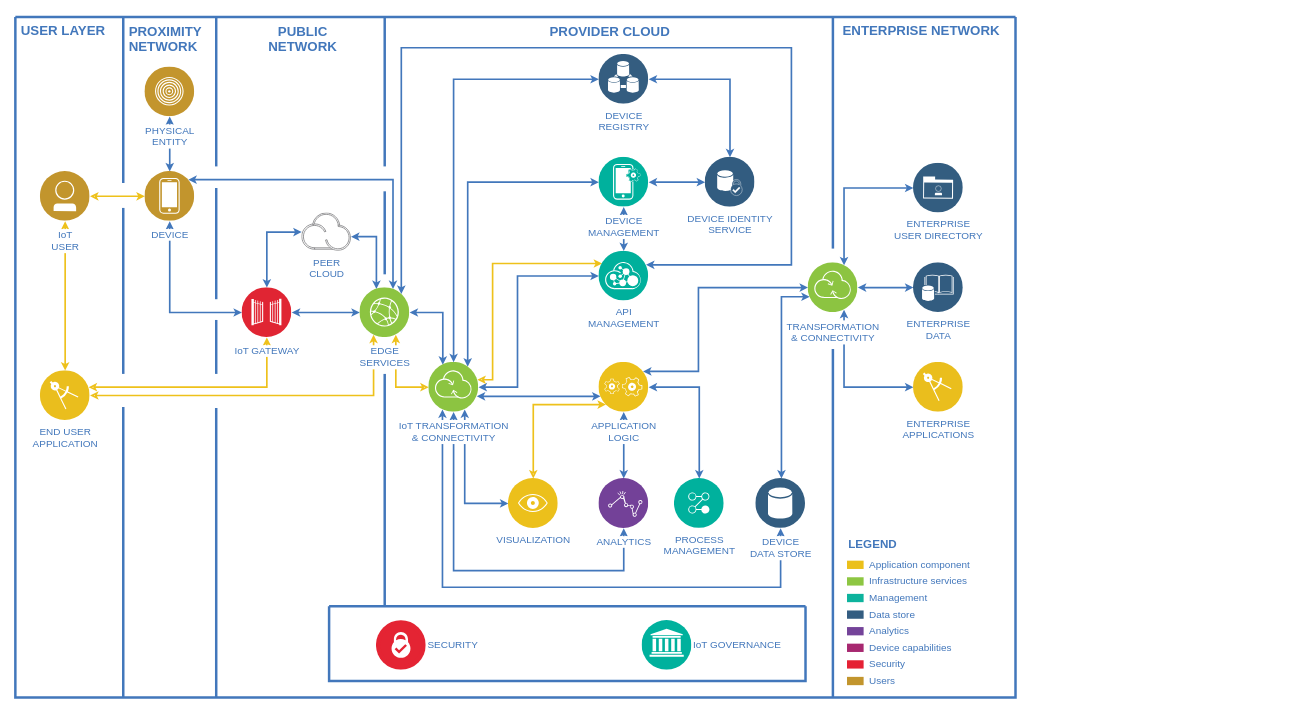
Above: 未命名绘图.drawio in LemonCANDY42/Draw-IO (draw.io), before the change. Source tidied: cells renumbered, new cells numbered last; positions are measured from the earlier drawing's top-left corner, leaving out a move shared by most shapes. Both pictures are drawn from the tidied source at 83%, with x=0, y=0 at pixel (15, 17).
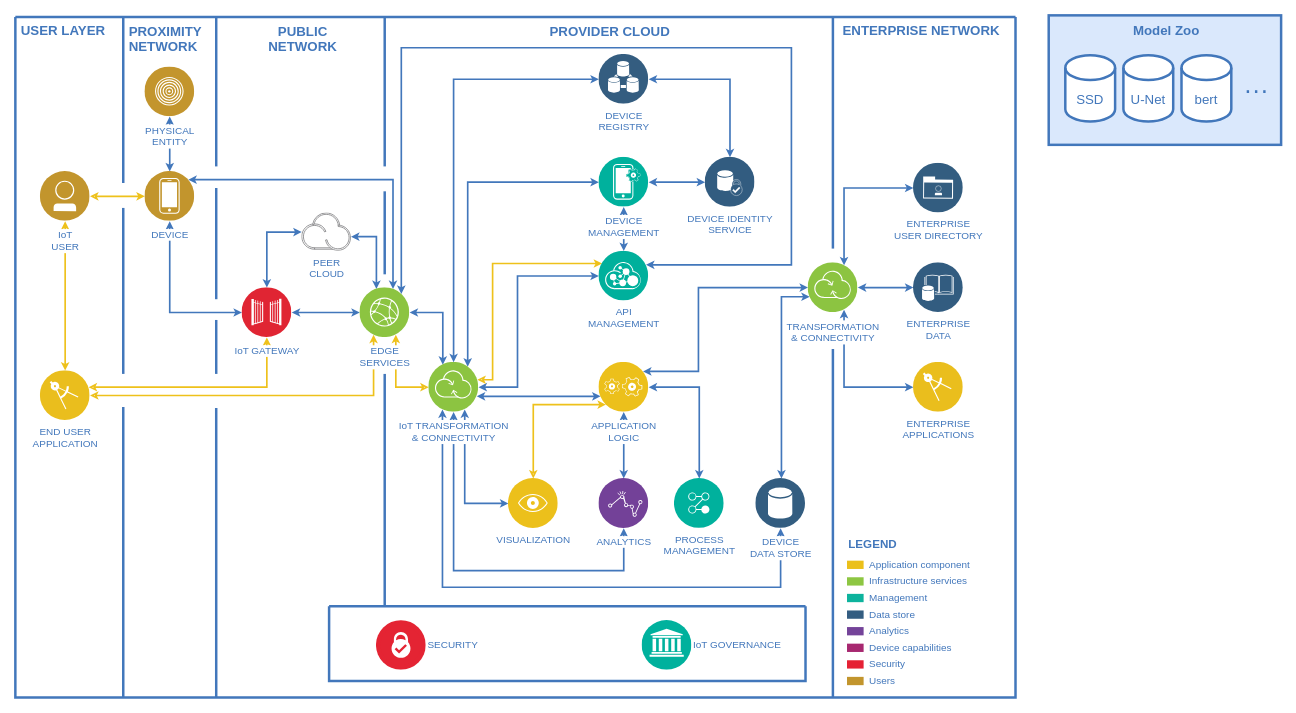
The same diagram, later.

Commit message:
更新未命名绘图.drawio

What changed in the source:
```diff
@@
+    <mxCell id="86" style="rounded=0;whiteSpace=wrap;html=1;fillColor=#dae8fc;strokeColor=#4277BB;strokeWidth=3;shadow=0;" parent="1" vertex="1">
+      <mxGeometry x="1245" y="-2" width="280" height="156" as="geometry" />
+    </mxCell>
+    <mxCell id="87" value="Model Zoo" style="text;strokeColor=none;fillColor=none;spacing=2;spacingTop=0;overflow=hidden;rounded=0;shadow=0;align=left;fontColor=#4277BB;fontStyle=1;verticalAlign=top;fontSize=16;spacingLeft=5;horizontal=1;html=1;dashed=0;labelBackgroundColor=none;" parent="1" vertex="1">
+      <mxGeometry x="1340" width="90" height="30" as="geometry" />
+    </mxCell>
+    <mxCell id="88" value="SSD" style="shape=cylinder3;whiteSpace=wrap;html=1;boundedLbl=1;backgroundOutline=1;size=15;shadow=0;fontSize=16;fontColor=#4277BB;strokeColor=#4277BB;strokeWidth=3;" parent="1" vertex="1">
+      <mxGeometry x="1265" y="46" width="60" height="80" as="geometry" />
+    </mxCell>
+    <mxCell id="89" value="U-Net" style="shape=cylinder3;whiteSpace=wrap;html=1;boundedLbl=1;backgroundOutline=1;size=15;shadow=0;fontSize=16;fontColor=#4277BB;strokeColor=#4277BB;strokeWidth=3;" parent="1" vertex="1">
+      <mxGeometry x="1335" y="46" width="60" height="80" as="geometry" />
+    </mxCell>
+    <mxCell id="90" value="bert" style="shape=cylinder3;whiteSpace=wrap;html=1;boundedLbl=1;backgroundOutline=1;size=15;shadow=0;fontSize=16;fontColor=#4277BB;strokeColor=#4277BB;strokeWidth=3;" parent="1" vertex="1">
+      <mxGeometry x="1405" y="46" width="60" height="80" as="geometry" />
+    </mxCell>
+    <mxCell id="91" value="&lt;font style=&quot;font-size: 30px&quot;&gt;···&lt;/font&gt;" style="text;html=1;align=center;verticalAlign=middle;strokeColor=none;fillColor=none;fontSize=16;fontColor=#4277BB;" parent="1" vertex="1">
+      <mxGeometry x="1475" y="73" width="40" height="30" as="geometry" />
+    </mxCell>
```
